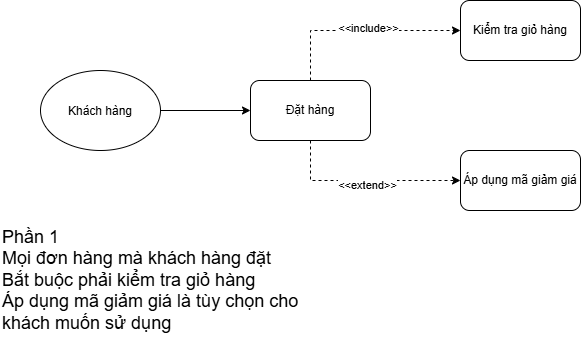
Above: b1.png in IT105-PTTKHT/HCM_KS25CNTT7_IT105_Session5_Ex01 (draw.io), before the change. Source tidied: cells renumbered, new cells last; positions are measured from the earlier drawing's top-left corner, leaving out a move shared by most shapes. Source of this version:
```xml
<mxGraphModel background="light-dark(#ffffff, #121212)">
  <root>
    <mxCell id="0" />
    <mxCell id="1" parent="0" />
    <mxCell id="2" style="edgeStyle=orthogonalEdgeStyle;rounded=0;jettySize=auto;html=1;exitX=1;exitY=0.5;exitDx=0;exitDy=0;" parent="1" edge="1" source="3" target="8">
      <mxGeometry relative="1" as="geometry" />
    </mxCell>
    <mxCell id="3" value="Khách hàng" style="ellipse;whiteSpace=wrap;html=1;shapeInside=1;" parent="1" vertex="1">
      <mxGeometry x="40" y="70" width="120" height="80" as="geometry" />
    </mxCell>
    <mxCell id="4" style="edgeStyle=orthogonalEdgeStyle;rounded=0;jettySize=auto;html=1;exitX=0.5;exitY=0;exitDx=0;exitDy=0;entryX=0;entryY=0.5;entryDx=0;entryDy=0;dashed=1;" parent="1" edge="1" source="8" target="9">
      <mxGeometry relative="1" as="geometry" />
    </mxCell>
    <mxCell id="5" value="&amp;lt;&amp;lt;include&amp;gt;&amp;gt;" style="edgeLabel;html=1;align=center;verticalAlign=middle;" parent="4" vertex="1">
      <mxGeometry x="0.07" y="3" relative="1" as="geometry" />
    </mxCell>
    <mxCell id="6" style="edgeStyle=orthogonalEdgeStyle;rounded=0;jettySize=auto;html=1;exitX=0.5;exitY=1;exitDx=0;exitDy=0;entryX=0;entryY=0.5;entryDx=0;entryDy=0;dashed=1;" parent="1" edge="1" source="8" target="10">
      <mxGeometry relative="1" as="geometry" />
    </mxCell>
    <mxCell id="7" value="&amp;lt;&amp;lt;extend&amp;gt;&amp;gt;" style="edgeLabel;html=1;align=center;verticalAlign=middle;" parent="6" vertex="1">
      <mxGeometry x="0.01" y="-4" relative="1" as="geometry" />
    </mxCell>
    <mxCell id="8" value="Đặt hàng" style="rounded=1;whiteSpace=wrap;html=1;" parent="1" vertex="1">
      <mxGeometry x="250" y="80" width="120" height="60" as="geometry" />
    </mxCell>
    <mxCell id="9" value="Kiểm tra giỏ hàng" style="rounded=1;whiteSpace=wrap;html=1;" parent="1" vertex="1">
      <mxGeometry x="460" width="120" height="60" as="geometry" />
    </mxCell>
    <mxCell id="10" value="Áp dụng mã giảm giá" style="rounded=1;whiteSpace=wrap;html=1;" parent="1" vertex="1">
      <mxGeometry x="460" y="150" width="120" height="60" as="geometry" />
    </mxCell>
    <mxCell id="11" value="&lt;div&gt;&lt;font style=&quot;font-size: 18px;&quot;&gt;Phần 1&lt;/font&gt;&lt;/div&gt;&lt;font style=&quot;font-size: 18px;&quot;&gt;Mọi đơn hàng mà khách hàng đặt&lt;/font&gt;&lt;div&gt;&lt;font style=&quot;font-size: 18px;&quot;&gt;Bắt buộc phải kiểm tra giỏ hàng&lt;br&gt;Áp dụng mã giảm giá là tùy chọn cho khách muốn sử dụng&lt;/font&gt;&lt;/div&gt;" style="text;html=1;whiteSpace=wrap;strokeColor=none;fillColor=none;align=left;verticalAlign=middle;rounded=0;" parent="1" vertex="1">
      <mxGeometry y="200" width="330" height="160" as="geometry" />
    </mxCell>
  </root>
</mxGraphModel>
```
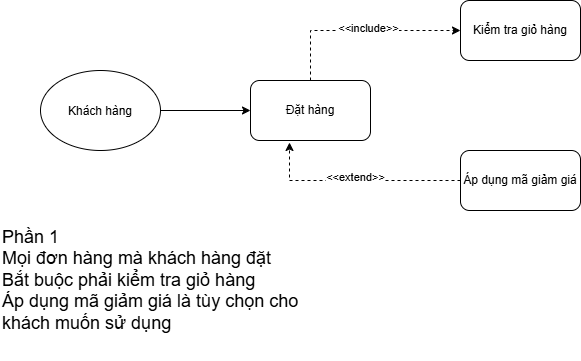
Later version of the same file.

Change to the diagram source:
```diff
@@ -14,8 +14,10 @@
     <mxCell id="5" value="&amp;lt;&amp;lt;include&amp;gt;&amp;gt;" style="edgeLabel;html=1;align=center;verticalAlign=middle;" parent="4" vertex="1">
       <mxGeometry x="0.07" y="3" relative="1" as="geometry" />
     </mxCell>
-    <mxCell id="6" style="edgeStyle=orthogonalEdgeStyle;rounded=0;jettySize=auto;html=1;exitX=0.5;exitY=1;exitDx=0;exitDy=0;entryX=0;entryY=0.5;entryDx=0;entryDy=0;dashed=1;" parent="1" edge="1" source="8" target="10">
-      <mxGeometry relative="1" as="geometry" />
+    <mxCell id="6" style="edgeStyle=orthogonalEdgeStyle;rounded=0;jettySize=auto;html=1;exitX=0;exitY=0.5;exitDx=0;exitDy=0;dashed=1;" parent="1" edge="1" source="10">
+      <mxGeometry relative="1" as="geometry">
+        <mxPoint x="289" y="142" as="targetPoint" />
+      </mxGeometry>
     </mxCell>
     <mxCell id="7" value="&amp;lt;&amp;lt;extend&amp;gt;&amp;gt;" style="edgeLabel;html=1;align=center;verticalAlign=middle;" parent="6" vertex="1">
       <mxGeometry x="0.01" y="-4" relative="1" as="geometry" />
```
